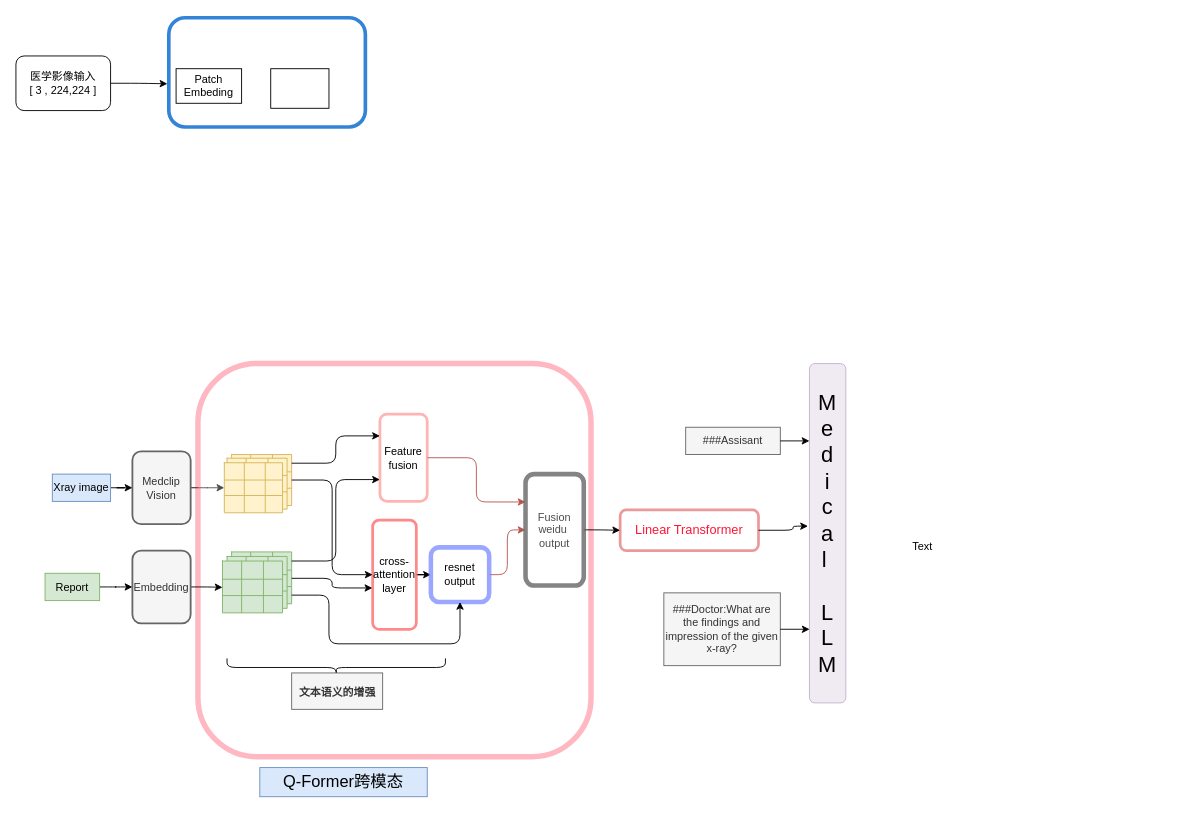
The draw.io diagram page "第 1 页" (1 of 2) of 未命名绘图.drawio in zxdpro/Cross-Modality-Medical-Report-Generation, before the edit. Source tidied: cells renumbered, new cells numbered last; positions are measured from the earlier drawing's top-left corner, leaving out a move shared by most shapes. Both pictures are drawn from the tidied source at 91%, with x=0, y=0 at pixel (15, 17).
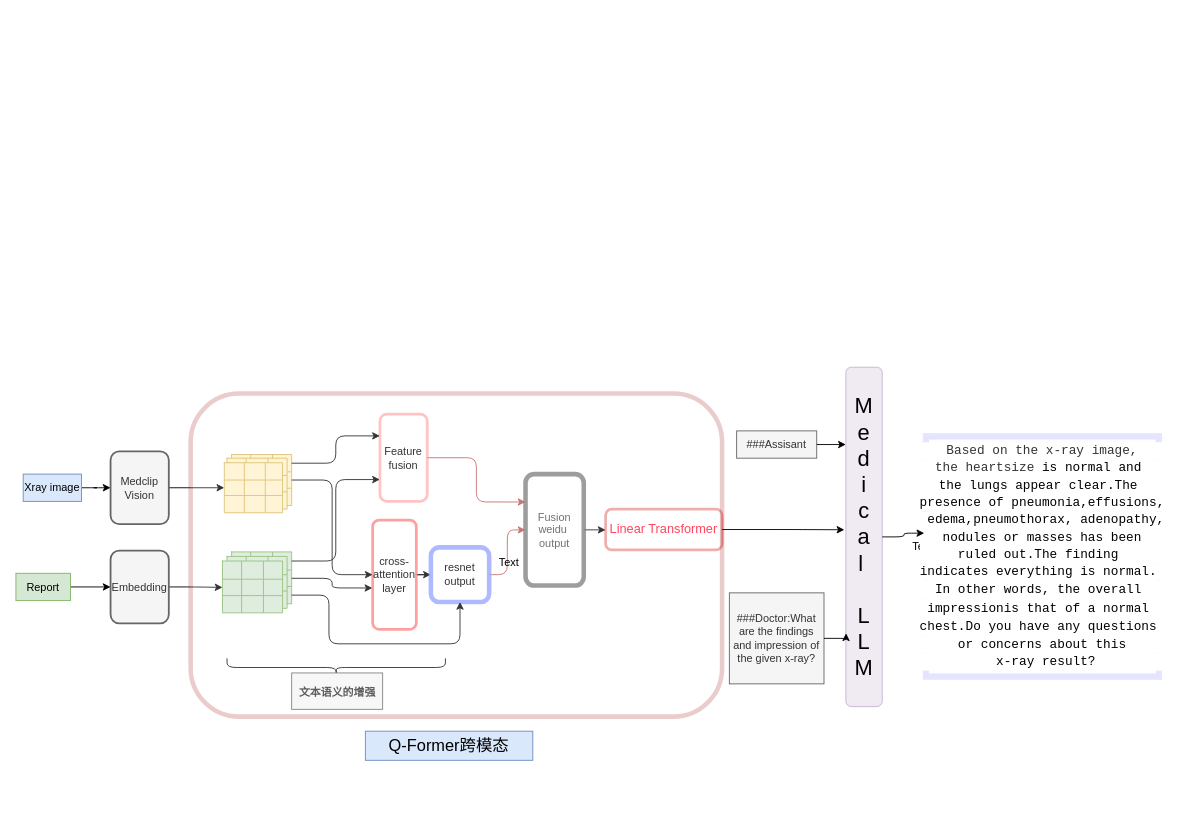
After the change.

Commit message:
更新未命名绘图.drawio

What changed in the source:
```diff
@@
-    <mxCell id="2" style="rounded=1;whiteSpace=wrap;html=1;opacity=80;strokeWidth=4;strokeColor=#0066CC;" parent="1" vertex="1">
-      <mxGeometry x="168" width="216" height="120" as="geometry" />
-    </mxCell>
-    <mxCell id="3" value="Patch Embeding" style="rounded=0;whiteSpace=wrap;html=1;labelBackgroundColor=none;" parent="1" vertex="1">
-      <mxGeometry x="176" y="56" width="72" height="38" as="geometry" />
-    </mxCell>
-    <mxCell id="4" value="医学影像输入&lt;div&gt;[ 3 , 224,224 ]&lt;/div&gt;" style="rounded=1;whiteSpace=wrap;html=1;" parent="1" vertex="1">
-      <mxGeometry y="42" width="104" height="60" as="geometry" />
-    </mxCell>
-    <mxCell id="5" style="edgeStyle=orthogonalEdgeStyle;jettySize=auto;html=1;entryX=-0.007;entryY=0.605;entryDx=0;entryDy=0;entryPerimeter=0;" parent="1" edge="1" source="4" target="2">
-      <mxGeometry relative="1" as="geometry" />
-    </mxCell>
@@
     <mxCell id="7" value="Medclip&lt;div&gt;Vision&lt;/div&gt;" style="rounded=1;whiteSpace=wrap;html=1;strokeWidth=2;fillColor=#f5f5f5;fontColor=#333333;strokeColor=#666666;" parent="1" vertex="1">
-      <mxGeometry x="128" y="476.5" width="64" height="80" as="geometry" />
+      <mxGeometry x="104" y="476.5" width="64" height="80" as="geometry" />
     </mxCell>
-    <mxCell id="8" style="rounded=0;whiteSpace=wrap;html=1;" parent="1" vertex="1">
-      <mxGeometry x="280" y="56" width="64" height="43.5" as="geometry" />
-    </mxCell>
@@
     <mxCell id="10" value="Xray image" style="text;html=1;align=center;verticalAlign=middle;whiteSpace=wrap;rounded=0;strokeWidth=1;fillColor=#dae8fc;strokeColor=#6c8ebf;" parent="1" vertex="1">
-      <mxGeometry x="40" y="501.5" width="64" height="30" as="geometry" />
+      <mxGeometry x="8" y="501.5" width="64" height="30" as="geometry" />
     </mxCell>
-    <mxCell id="11" style="whiteSpace=wrap;html=1;opacity=30;strokeWidth=6;rounded=1;strokeColor=#FF1635;" parent="1" vertex="1">
-      <mxGeometry x="200" y="380" width="432" height="432" as="geometry" />
-    </mxCell>
@@
     <mxCell id="91" value="Embedding" style="rounded=1;whiteSpace=wrap;html=1;strokeWidth=2;fillColor=#f5f5f5;fontColor=#333333;strokeColor=#666666;" parent="1" vertex="1">
-      <mxGeometry x="128" y="585.5" width="64" height="80" as="geometry" />
+      <mxGeometry x="104" y="585.5" width="64" height="80" as="geometry" />
     </mxCell>
@@
     <mxCell id="93" value="Report" style="text;html=1;align=center;verticalAlign=middle;whiteSpace=wrap;rounded=0;fillColor=#d5e8d4;strokeColor=#82b366;" parent="1" vertex="1">
-      <mxGeometry x="32" y="610.5" width="60" height="30" as="geometry" />
+      <mxGeometry y="610.5" width="60" height="30" as="geometry" />
     </mxCell>
@@
     <mxCell id="98" value="&lt;font style=&quot;color: rgb(255, 22, 53); font-size: 14px;&quot;&gt;Linear Transformer&lt;/font&gt;" style="rounded=1;whiteSpace=wrap;html=1;opacity=40;strokeWidth=3;strokeColor=#CC0000;" parent="1" vertex="1">
-      <mxGeometry x="664" y="540.8" width="152" height="44.8" as="geometry" />
+      <mxGeometry x="648" y="540" width="128" height="44.8" as="geometry" />
     </mxCell>
@@
     <mxCell id="108" value="&lt;font style=&quot;font-size: 18px;&quot;&gt;Q-Former跨模态&lt;/font&gt;" style="text;html=1;align=center;verticalAlign=middle;whiteSpace=wrap;rounded=0;fillColor=#dae8fc;strokeColor=#6c8ebf;" parent="1" vertex="1">
-      <mxGeometry x="268" y="824" width="184" height="32" as="geometry" />
+      <mxGeometry x="384" y="784" width="184" height="32" as="geometry" />
     </mxCell>
@@
     <mxCell id="111" value="&lt;font style=&quot;font-size: 24px;&quot;&gt;M&lt;/font&gt;&lt;div&gt;&lt;font style=&quot;font-size: 24px;&quot;&gt;e&lt;/font&gt;&lt;/div&gt;&lt;div&gt;&lt;font style=&quot;font-size: 24px;&quot;&gt;d&lt;/font&gt;&lt;/div&gt;&lt;div&gt;&lt;font style=&quot;font-size: 24px;&quot;&gt;i&lt;/font&gt;&lt;/div&gt;&lt;div&gt;&lt;font style=&quot;font-size: 24px;&quot;&gt;c&lt;/font&gt;&lt;/div&gt;&lt;div&gt;&lt;font style=&quot;font-size: 24px;&quot;&gt;a&lt;/font&gt;&lt;/div&gt;&lt;div&gt;&lt;font style=&quot;font-size: 24px;&quot;&gt;l&amp;nbsp;&lt;/font&gt;&lt;/div&gt;&lt;div&gt;&lt;font style=&quot;font-size: 24px;&quot;&gt;&amp;nbsp;&lt;/font&gt;&lt;/div&gt;&lt;div&gt;&lt;font style=&quot;font-size: 24px;&quot;&gt;L&lt;/font&gt;&lt;/div&gt;&lt;div&gt;&lt;font style=&quot;font-size: 24px;&quot;&gt;L&lt;/font&gt;&lt;/div&gt;&lt;div&gt;&lt;font style=&quot;font-size: 24px;&quot;&gt;M&lt;/font&gt;&lt;/div&gt;" style="rounded=1;whiteSpace=wrap;html=1;direction=west;opacity=50;fillColor=#e1d5e7;strokeColor=#9673a6;" parent="1" vertex="1">
-      <mxGeometry x="872" y="380" width="40" height="373" as="geometry" />
+      <mxGeometry x="912" y="384" width="40" height="373" as="geometry" />
     </mxCell>
@@
     <mxCell id="113" value="###Assisant" style="text;html=1;align=center;verticalAlign=middle;whiteSpace=wrap;rounded=0;fillColor=#f5f5f5;fontColor=#333333;strokeColor=#666666;" parent="1" vertex="1">
-      <mxGeometry x="736" y="450" width="104" height="30" as="geometry" />
+      <mxGeometry x="792" y="454" width="88" height="30" as="geometry" />
     </mxCell>
+    <mxCell id="118" style="rounded=1;whiteSpace=wrap;html=1;opacity=20;strokeWidth=5;strokeColor=#990000;" parent="1" vertex="1">
+      <mxGeometry x="192" y="413" width="584" height="355" as="geometry" />
+    </mxCell>
@@
     <mxCell id="115" value="###Doctor:What are the findings and impression of the given x-ray?" style="text;html=1;align=center;verticalAlign=middle;whiteSpace=wrap;rounded=0;fillColor=#f5f5f5;fontColor=#333333;strokeColor=#666666;" parent="1" vertex="1">
-      <mxGeometry x="712" y="632" width="128" height="80" as="geometry" />
+      <mxGeometry x="784" y="632" width="104" height="100" as="geometry" />
     </mxCell>
@@
+    <mxCell id="119" value="Text" style="text;html=1;align=center;verticalAlign=middle;whiteSpace=wrap;rounded=0;" parent="1" vertex="1">
+      <mxGeometry x="512" y="584" width="60" height="30" as="geometry" />
+    </mxCell>
@@
+    <mxCell id="120" value="&lt;div style=&quot;background-color: rgb(255, 255, 255); font-family: Consolas, &amp;quot;Courier New&amp;quot;, monospace; font-size: 14px; line-height: 19px; white-space: pre;&quot;&gt;Based on the x-ray image,&lt;/div&gt;&lt;div style=&quot;background-color: rgb(255, 255, 255); font-family: Consolas, &amp;quot;Courier New&amp;quot;, monospace; font-size: 14px; line-height: 19px; white-space: pre;&quot;&gt;the heart&lt;span style=&quot;background-color: light-dark(rgb(255, 255, 255), rgb(18, 18, 18)); color: light-dark(rgb(51, 51, 51), rgb(193, 193, 193));&quot;&gt;size &lt;/span&gt;&lt;span style=&quot;background-color: light-dark(rgb(255, 255, 255), rgb(18, 18, 18)); color: light-dark(rgb(0, 0, 0), rgb(255, 255, 255));&quot;&gt;is normal and &lt;/span&gt;&lt;/div&gt;&lt;div style=&quot;background-color: rgb(255, 255, 255); font-family: Consolas, &amp;quot;Courier New&amp;quot;, monospace; font-size: 14px; line-height: 19px; white-space: pre;&quot;&gt;&lt;span style=&quot;background-color: light-dark(rgb(255, 255, 255), rgb(18, 18, 18)); color: light-dark(rgb(0, 0, 0), rgb(255, 255, 255));&quot;&gt;the lungs appear &lt;/span&gt;&lt;span style=&quot;background-color: light-dark(rgb(255, 255, 255), rgb(18, 18, 18)); color: light-dark(rgb(0, 0, 0), rgb(255, 255, 255));&quot;&gt;clear.&lt;/span&gt;&lt;span style=&quot;background-color: light-dark(rgb(255, 255, 255), rgb(18, 18, 18)); color: light-dark(rgb(0, 0, 0), rgb(255, 255, 255));&quot;&gt;The &lt;/span&gt;&lt;/div&gt;&lt;div style=&quot;background-color: rgb(255, 255, 255); font-family: Consolas, &amp;quot;Courier New&amp;quot;, monospace; font-size: 14px; line-height: 19px; white-space: pre;&quot;&gt;&lt;span style=&quot;background-color: light-dark(rgb(255, 255, 255), rgb(18, 18, 18)); color: light-dark(rgb(0, 0, 0), rgb(255, 255, 255));&quot;&gt;presence &lt;/span&gt;&lt;span style=&quot;background-color: light-dark(rgb(255, 255, 255), rgb(18, 18, 18)); color: light-dark(rgb(0, 0, 0), rgb(255, 255, 255));&quot;&gt;of pneumonia,&lt;/span&gt;&lt;span style=&quot;background-color: light-dark(rgb(255, 255, 255), rgb(18, 18, 18)); color: light-dark(rgb(0, 0, 0), rgb(255, 255, 255));&quot;&gt;effusions,&lt;/span&gt;&lt;/div&gt;&lt;div style=&quot;background-color: rgb(255, 255, 255); font-family: Consolas, &amp;quot;Courier New&amp;quot;, monospace; font-size: 14px; line-height: 19px; white-space: pre;&quot;&gt;&lt;span style=&quot;background-color: light-dark(rgb(255, 255, 255), rgb(18, 18, 18)); color: light-dark(rgb(0, 0, 0), rgb(255, 255, 255));&quot;&gt; &lt;/span&gt;&lt;span style=&quot;background-color: light-dark(rgb(255, 255, 255), rgb(18, 18, 18)); color: light-dark(rgb(0, 0, 0), rgb(255, 255, 255));&quot;&gt;edema,pneumothorax, adenopathy,&lt;/span&gt;&lt;/div&gt;&lt;div style=&quot;background-color: rgb(255, 255, 255); font-family: Consolas, &amp;quot;Courier New&amp;quot;, monospace; font-size: 14px; line-height: 19px; white-space: pre;&quot;&gt;&lt;span style=&quot;background-color: light-dark(rgb(255, 255, 255), rgb(18, 18, 18)); color: light-dark(rgb(0, 0, 0), rgb(255, 255, 255));&quot;&gt; nodules &lt;/span&gt;&lt;span style=&quot;background-color: light-dark(rgb(255, 255, 255), rgb(18, 18, 18)); color: light-dark(rgb(0, 0, 0), rgb(255, 255, 255));&quot;&gt;or masses has been &lt;/span&gt;&lt;/div&gt;&lt;div style=&quot;background-color: rgb(255, 255, 255); font-family: Consolas, &amp;quot;Courier New&amp;quot;, monospace; font-size: 14px; line-height: 19px; white-space: pre;&quot;&gt;&lt;span style=&quot;background-color: light-dark(rgb(255, 255, 255), rgb(18, 18, 18)); color: light-dark(rgb(0, 0, 0), rgb(255, 255, 255));&quot;&gt;ruled out.The &lt;/span&gt;&lt;span style=&quot;background-color: light-dark(rgb(255, 255, 255), rgb(18, 18, 18)); color: light-dark(rgb(0, 0, 0), rgb(255, 255, 255));&quot;&gt;finding &lt;/span&gt;&lt;/div&gt;&lt;div style=&quot;background-color: rgb(255, 255, 255); font-family: Consolas, &amp;quot;Courier New&amp;quot;, monospace; font-size: 14px; line-height: 19px; white-space: pre;&quot;&gt;&lt;span style=&quot;background-color: light-dark(rgb(255, 255, 255), rgb(18, 18, 18)); color: light-dark(rgb(0, 0, 0), rgb(255, 255, 255));&quot;&gt;indicates everything is normal. &lt;/span&gt;&lt;/div&gt;&lt;div style=&quot;background-color: rgb(255, 255, 255); font-family: Consolas, &amp;quot;Courier New&amp;quot;, monospace; font-size: 14px; line-height: 19px; white-space: pre;&quot;&gt;&lt;span style=&quot;background-color: light-dark(rgb(255, 255, 255), rgb(18, 18, 18)); color: light-dark(rgb(0, 0, 0), rgb(255, 255, 255));&quot;&gt;In other &lt;/span&gt;&lt;span style=&quot;background-color: light-dark(rgb(255, 255, 255), rgb(18, 18, 18)); color: light-dark(rgb(0, 0, 0), rgb(255, 255, 255));&quot;&gt;words, &lt;/span&gt;&lt;span style=&quot;color: light-dark(rgb(0, 0, 0), rgb(255, 255, 255)); font-family: Helvetica; background-color: transparent;&quot;&gt;&lt;font face=&quot;Consolas, Courier New, monospace&quot;&gt;the overall &lt;/font&gt;&lt;/span&gt;&lt;/div&gt;&lt;div style=&quot;background-color: rgb(255, 255, 255); font-family: Consolas, &amp;quot;Courier New&amp;quot;, monospace; font-size: 14px; line-height: 19px; white-space: pre;&quot;&gt;&lt;span style=&quot;color: light-dark(rgb(0, 0, 0), rgb(255, 255, 255)); font-family: Helvetica; background-color: transparent;&quot;&gt;&lt;font face=&quot;Consolas, Courier New, monospace&quot;&gt;impression&lt;/font&gt;&lt;/span&gt;&lt;span style=&quot;color: light-dark(rgb(0, 0, 0), rgb(255, 255, 255)); font-family: Helvetica; background-color: transparent;&quot;&gt;&lt;font face=&quot;Consolas, Courier New, monospace&quot;&gt;is that of &lt;/font&gt;&lt;/span&gt;&lt;span style=&quot;color: light-dark(rgb(0, 0, 0), rgb(255, 255, 255)); font-family: Helvetica; background-color: transparent;&quot;&gt;&lt;font face=&quot;Consolas, Courier New, monospace&quot;&gt;a normal &lt;/font&gt;&lt;/span&gt;&lt;/div&gt;&lt;div style=&quot;background-color: rgb(255, 255, 255); font-family: Consolas, &amp;quot;Courier New&amp;quot;, monospace; font-size: 14px; line-height: 19px; white-space: pre;&quot;&gt;&lt;span style=&quot;color: light-dark(rgb(0, 0, 0), rgb(255, 255, 255)); font-family: Helvetica; background-color: transparent;&quot;&gt;&lt;font face=&quot;Consolas, Courier New, monospace&quot;&gt;chest.&lt;/font&gt;&lt;/span&gt;&lt;span style=&quot;color: light-dark(rgb(0, 0, 0), rgb(255, 255, 255)); font-family: Helvetica; background-color: transparent;&quot;&gt;&lt;font face=&quot;Consolas, Courier New, monospace&quot;&gt;Do you have &lt;/font&gt;&lt;/span&gt;&lt;span style=&quot;color: light-dark(rgb(0, 0, 0), rgb(255, 255, 255)); font-family: Helvetica; background-color: transparent;&quot;&gt;&lt;font face=&quot;Consolas, Courier New, monospace&quot;&gt;any questions &lt;/font&gt;&lt;/span&gt;&lt;/div&gt;&lt;div style=&quot;background-color: rgb(255, 255, 255); font-family: Consolas, &amp;quot;Courier New&amp;quot;, monospace; font-size: 14px; line-height: 19px; white-space: pre;&quot;&gt;&lt;span style=&quot;color: light-dark(rgb(0, 0, 0), rgb(255, 255, 255)); font-family: Helvetica; background-color: transparent;&quot;&gt;&lt;font face=&quot;Consolas, Courier New, monospace&quot;&gt;or &lt;/font&gt;&lt;/span&gt;&lt;span style=&quot;background-color: transparent; color: light-dark(rgb(0, 0, 0), rgb(255, 255, 255));&quot;&gt;concerns about this&lt;/span&gt;&lt;/div&gt;&lt;div style=&quot;background-color: rgb(255, 255, 255); font-family: Consolas, &amp;quot;Courier New&amp;quot;, monospace; font-size: 14px; line-height: 19px; white-space: pre;&quot;&gt;&lt;span style=&quot;background-color: transparent; color: light-dark(rgb(0, 0, 0), rgb(255, 255, 255));&quot;&gt; x-ray result?&lt;/span&gt;&lt;/div&gt;" style="text;html=1;align=center;verticalAlign=middle;whiteSpace=wrap;rounded=0;opacity=10;fillColor=#f5f5f5;fontColor=#333333;strokeColor=#0000FF;strokeWidth=7;" parent="1" vertex="1">
+      <mxGeometry x="1000" y="460" width="256" height="264" as="geometry" />
+    </mxCell>
+    <mxCell id="121" style="edgeStyle=orthogonalEdgeStyle;jettySize=auto;html=1;exitX=0;exitY=0.5;exitDx=0;exitDy=0;entryX=-0.007;entryY=0.403;entryDx=0;entryDy=0;entryPerimeter=0;" parent="1" edge="1" source="111" target="120">
+      <mxGeometry relative="1" as="geometry" />
+    </mxCell>
```
